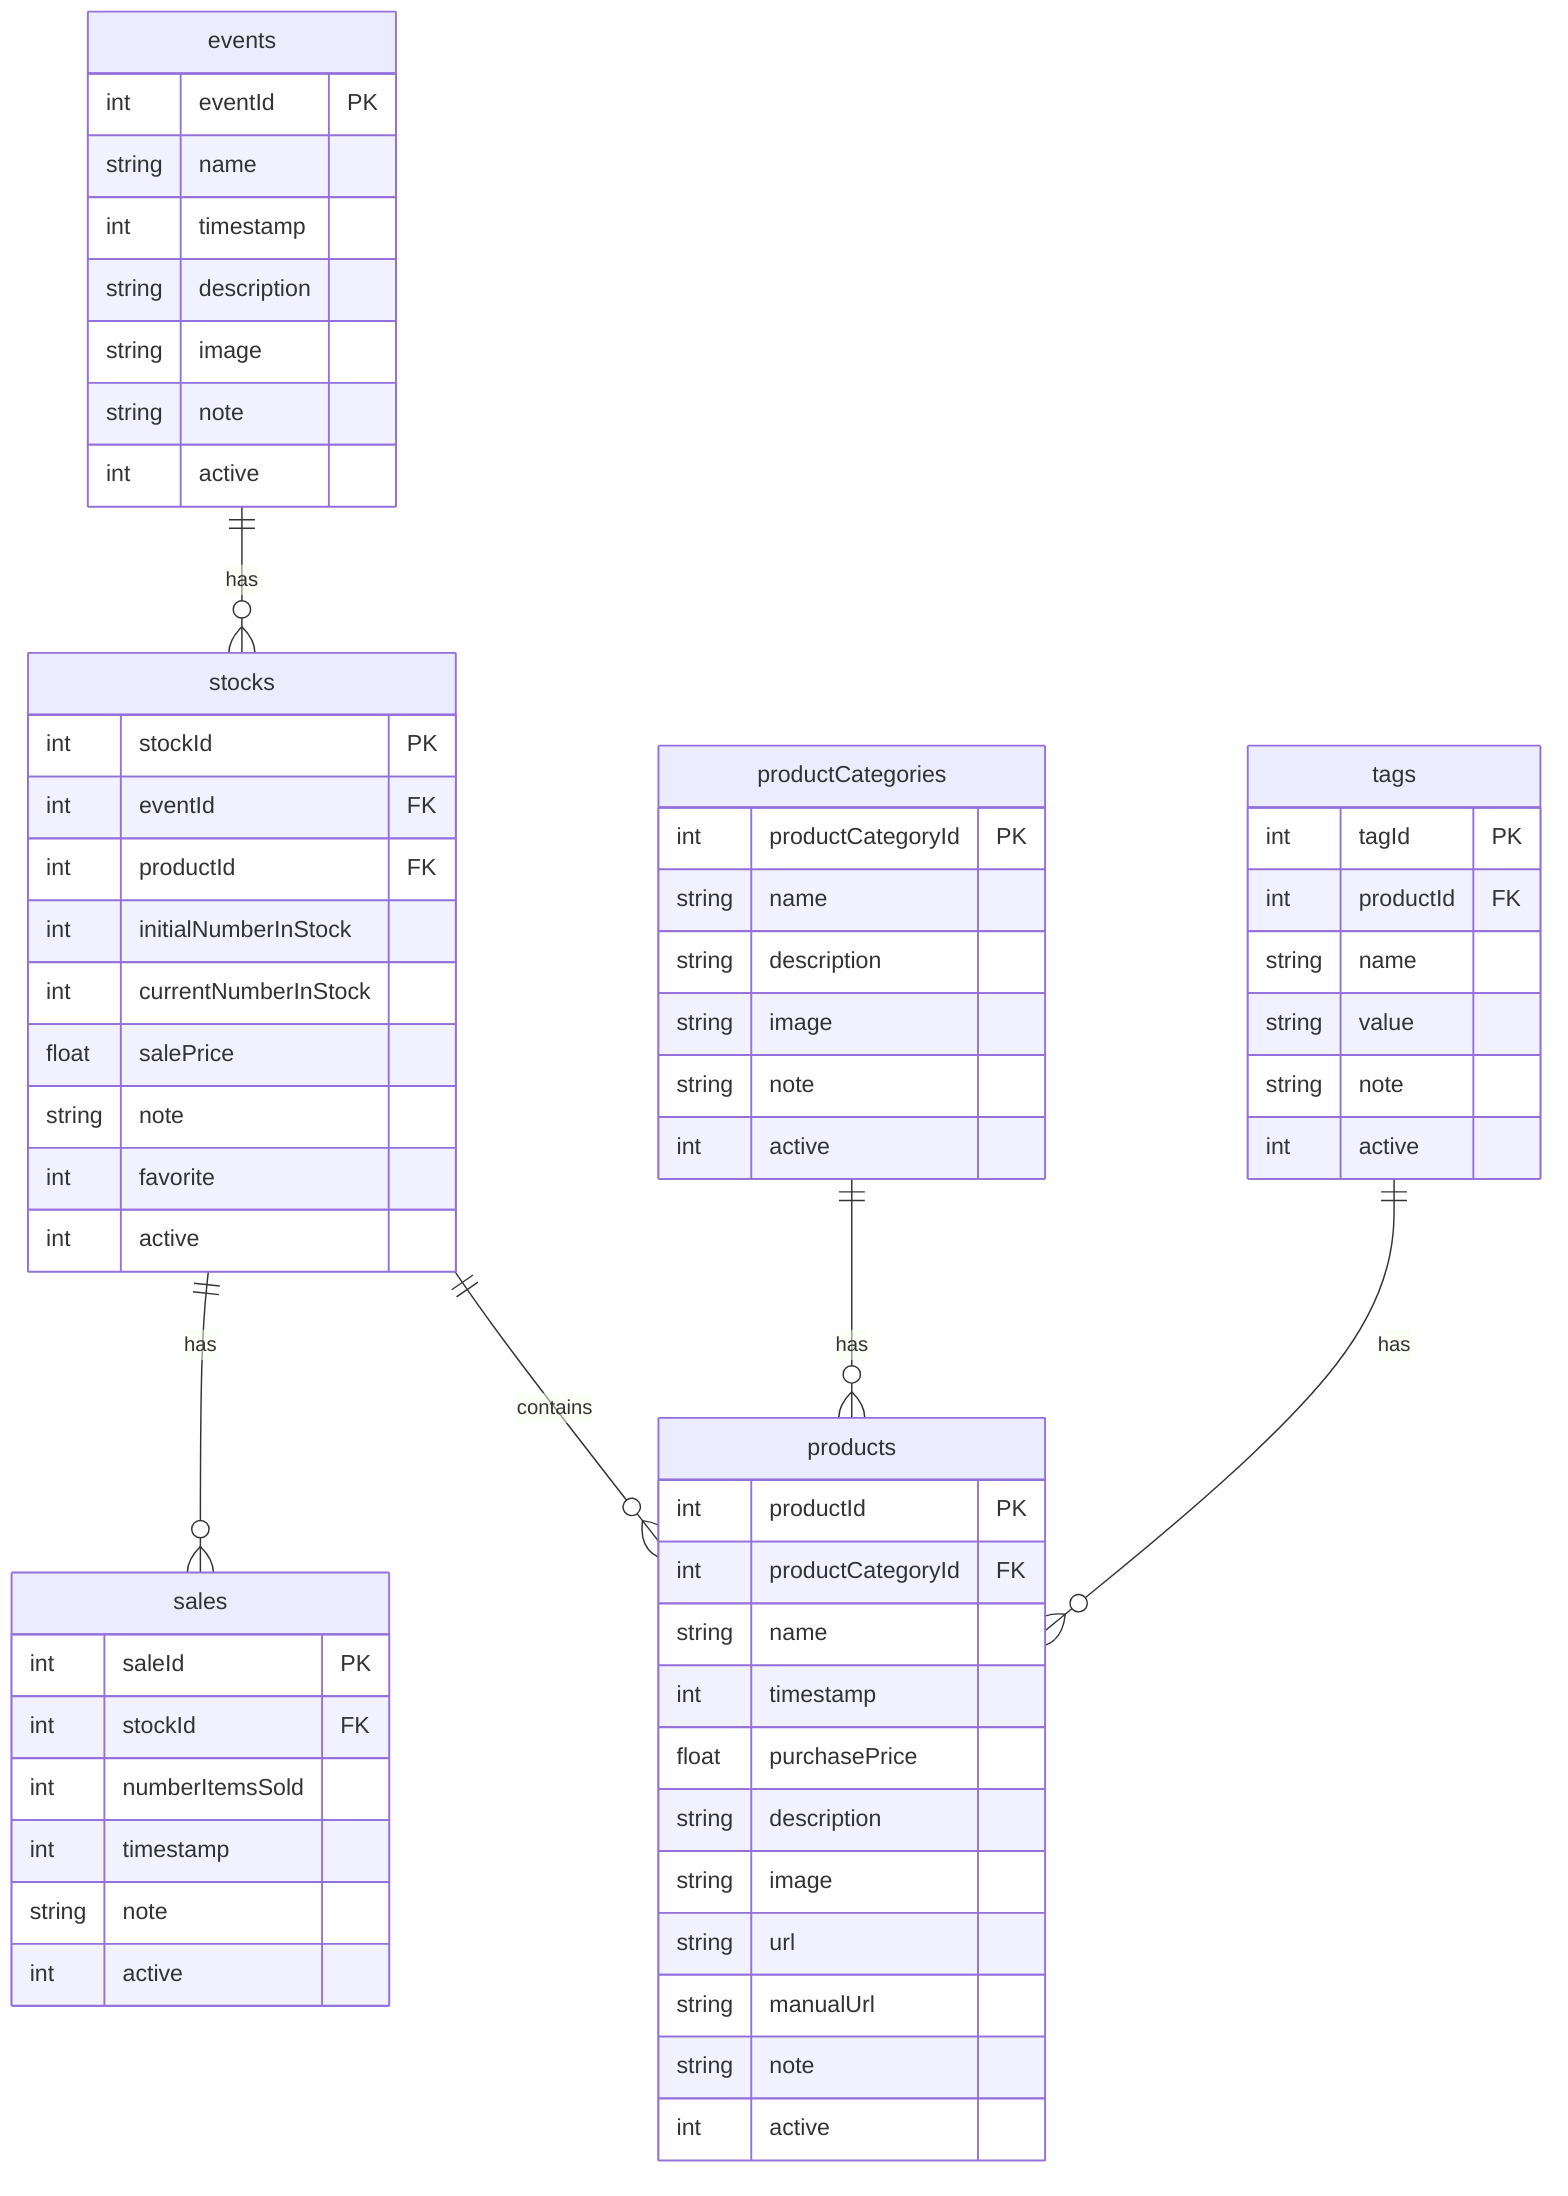
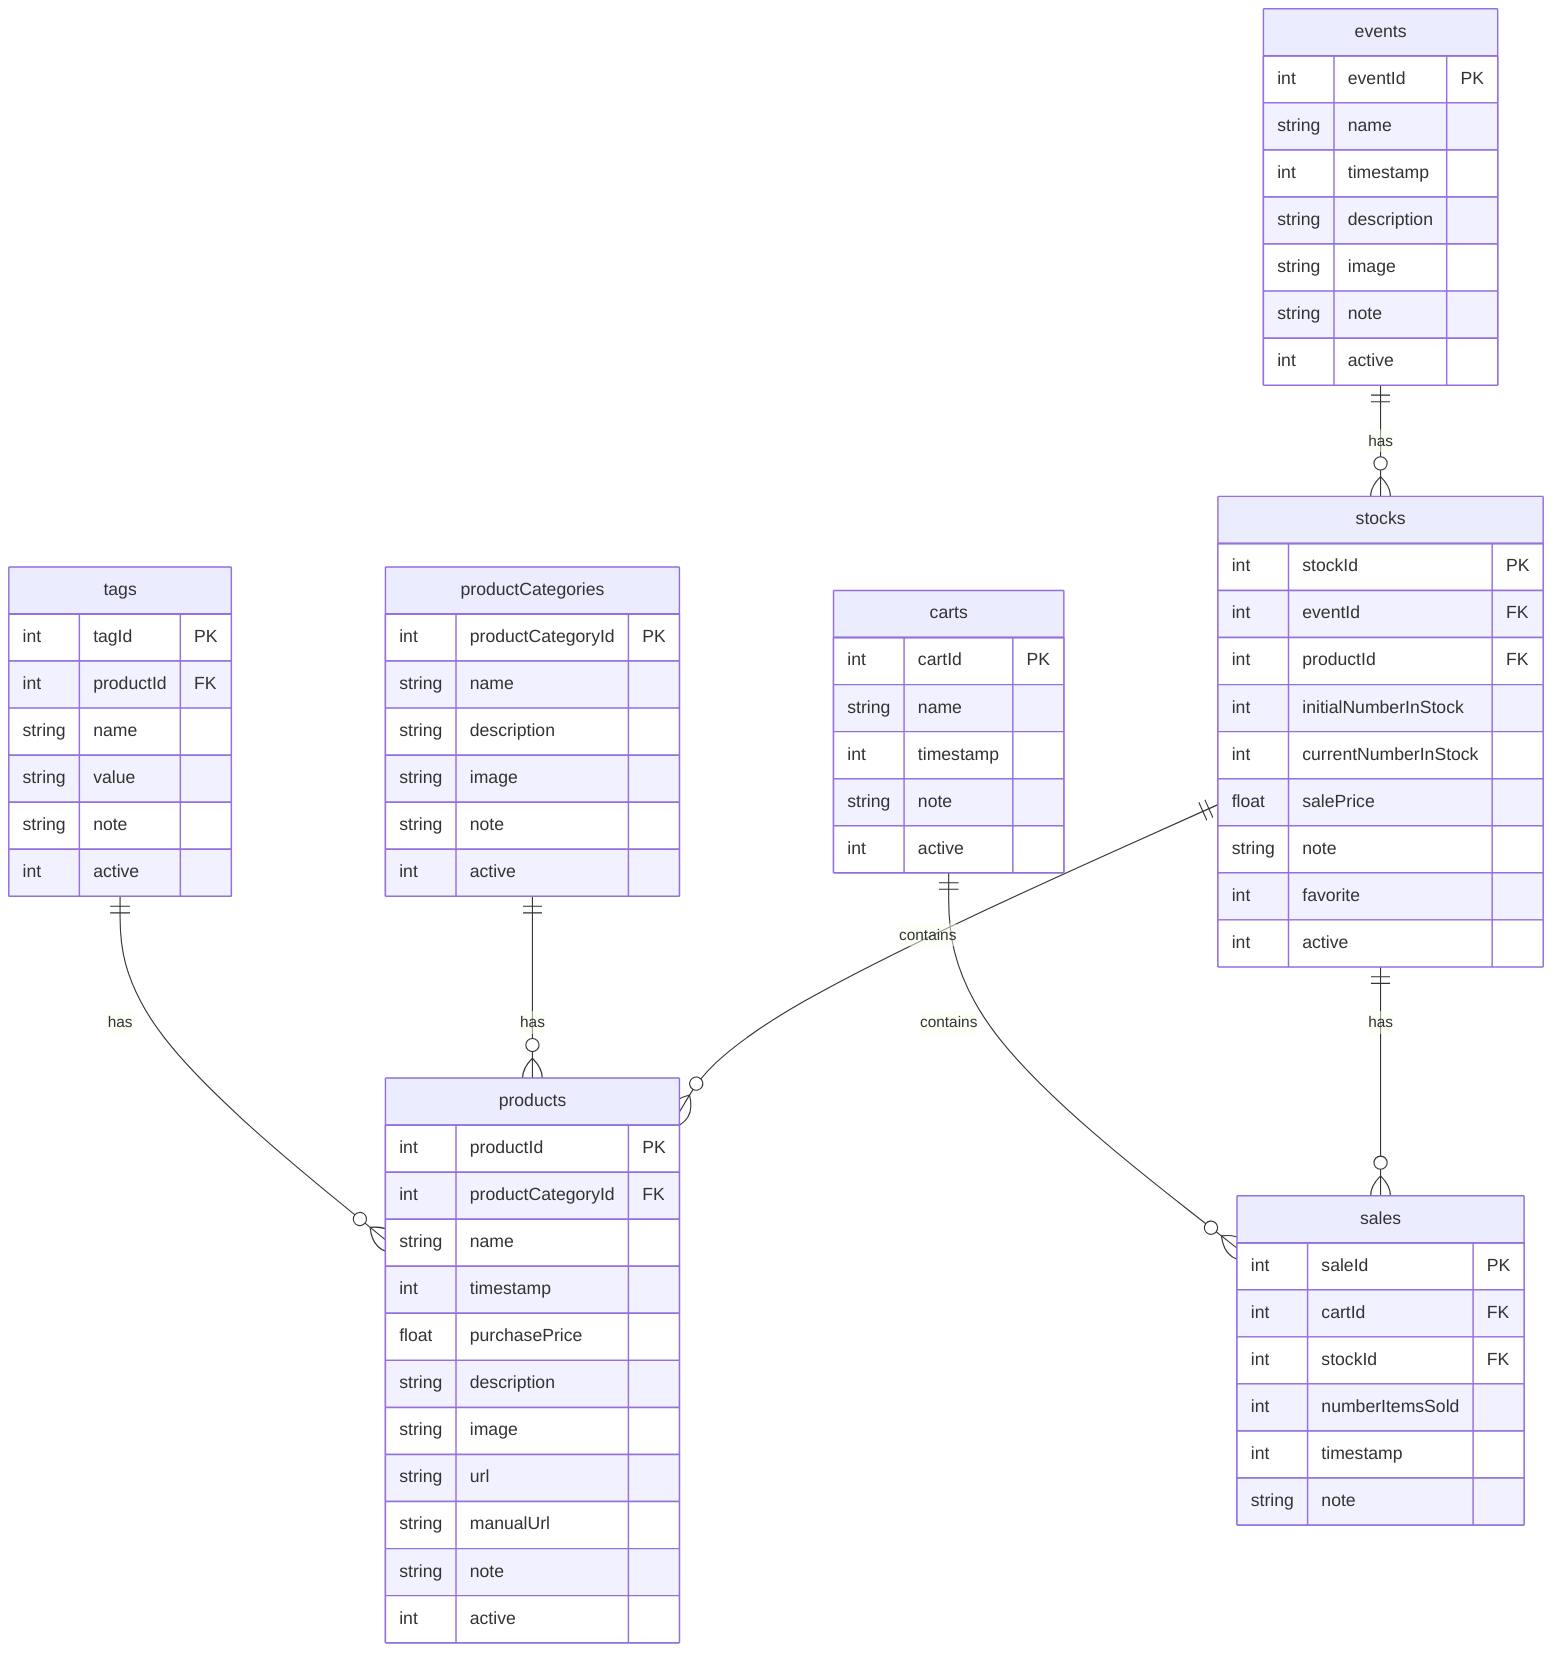
erDiagram
     stocks ||--o{ products : contains
     events ||--o{ stocks : has
     stocks ||--o{ sales : has
     productCategories ||--o{ products : has
     tags ||--o{ products : has
+      carts ||--o{ sales : contains

     events {
         int eventId PK
         string name
         int timestamp
         string description
         string image
         string note
         int active
     }

     productCategories {
         int productCategoryId PK
         string name
         string description
         string image
         string note
         int active
     }

     products {
         int productId PK
         int productCategoryId FK
         string name
         int timestamp
         float purchasePrice
         string description
         string image
         string url
         string manualUrl
         string note
         int active
     }

     stocks {
         int stockId PK
         int eventId FK
         int productId FK
         int initialNumberInStock
         int currentNumberInStock
         float salePrice
         string note
         int favorite
         int active
     }

+      carts {
+          int cartId PK
+          string name
+          int timestamp
+          string note
+          int active
+      }
+ 
     sales {
         int saleId PK
+          int cartId FK
         int stockId FK
         int numberItemsSold
         int timestamp
         string note
-          int active
     }

     tags {
         int tagId PK
         int productId FK
         string name
         string value
         string note
         int active
-      }+      }
